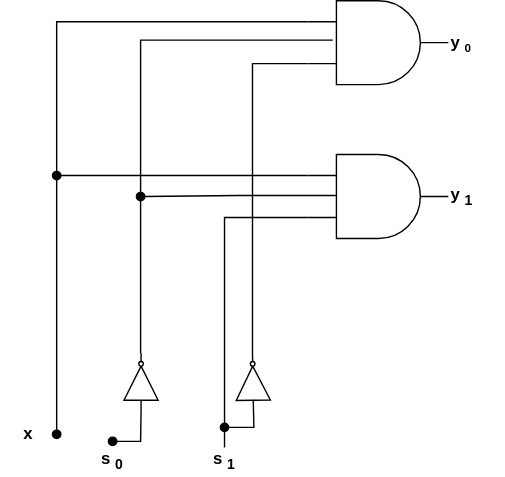
Before: 02/yongki/assets/demultiplexer.drawio.svg, a diagram exported from draw.io (cs-study-org/cs-study). Source tidied: cells renumbered, new cells last; positions are measured from the earlier drawing's top-left corner, leaving out a move shared by most shapes.
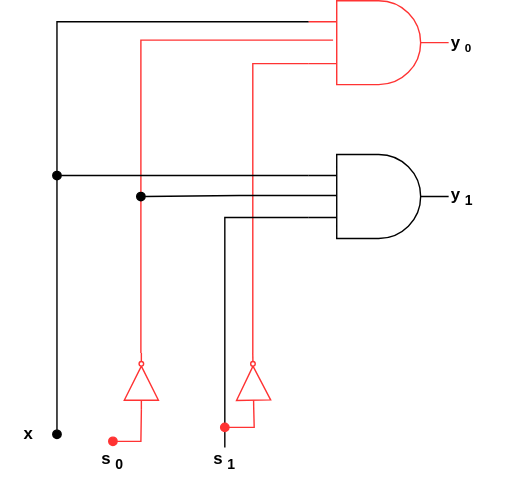
After the change.

Change to the diagram source:
```diff
@@ -8,7 +8,7 @@
     <mxCell id="3" value="&lt;b&gt;y&lt;span style=&quot;font-size: 10px&quot;&gt;&lt;sub&gt;0&lt;/sub&gt;&lt;/span&gt;&lt;/b&gt;" style="text;html=1;strokeColor=none;fillColor=none;align=left;verticalAlign=middle;whiteSpace=wrap;rounded=0;" parent="1" vertex="1">
       <mxGeometry x="320" y="20" width="40" height="20" as="geometry" />
     </mxCell>
-    <mxCell id="4" style="edgeStyle=elbowEdgeStyle;rounded=0;html=1;exitX=0;exitY=0.75;exitDx=0;exitDy=0;exitPerimeter=0;entryX=1;entryY=0.5;entryDx=0;entryDy=0;entryPerimeter=0;endArrow=none;endFill=0;" parent="1" edge="1" source="6" target="17">
+    <mxCell id="4" style="edgeStyle=elbowEdgeStyle;rounded=0;html=1;exitX=0;exitY=0.75;exitDx=0;exitDy=0;exitPerimeter=0;entryX=1;entryY=0.5;entryDx=0;entryDy=0;entryPerimeter=0;endArrow=none;endFill=0;strokeColor=#FF3333;" parent="1" edge="1" source="6" target="17">
       <mxGeometry relative="1" as="geometry">
         <Array as="points">
           <mxPoint x="180" y="210" />
@@ -22,10 +22,10 @@
         </Array>
       </mxGeometry>
     </mxCell>
-    <mxCell id="6" style="verticalLabelPosition=bottom;shadow=0;dashed=0;align=center;html=1;verticalAlign=top;shape=mxgraph.electrical.logic_gates.logic_gate;operation=and;" parent="1" vertex="1">
+    <mxCell id="6" style="verticalLabelPosition=bottom;shadow=0;dashed=0;align=center;html=1;verticalAlign=top;shape=mxgraph.electrical.logic_gates.logic_gate;operation=and;strokeColor=#FF3333;" parent="1" vertex="1">
       <mxGeometry x="220" width="100" height="60" as="geometry" />
     </mxCell>
-    <mxCell id="7" style="edgeStyle=elbowEdgeStyle;html=1;entryX=1;entryY=0.5;entryDx=0;entryDy=0;entryPerimeter=0;endArrow=none;endFill=0;rounded=0;exitX=0.174;exitY=0.47;exitDx=0;exitDy=0;exitPerimeter=0;" parent="1" edge="1" source="6" target="15">
+    <mxCell id="7" style="edgeStyle=elbowEdgeStyle;html=1;entryX=1;entryY=0.5;entryDx=0;entryDy=0;entryPerimeter=0;endArrow=none;endFill=0;rounded=0;exitX=0.174;exitY=0.47;exitDx=0;exitDy=0;exitPerimeter=0;strokeColor=#FF3333;" parent="1" edge="1" source="6" target="15">
       <mxGeometry relative="1" as="geometry">
         <Array as="points">
           <mxPoint x="100" y="200" />
@@ -59,7 +59,7 @@
     <mxCell id="13" value="&lt;b&gt;s&lt;sub&gt;1&lt;/sub&gt;&lt;/b&gt;" style="text;html=1;strokeColor=none;fillColor=none;align=center;verticalAlign=middle;whiteSpace=wrap;rounded=0;labelPosition=center;verticalLabelPosition=middle;" parent="1" vertex="1">
       <mxGeometry x="140" y="319.4" width="40" height="20" as="geometry" />
     </mxCell>
-    <mxCell id="14" style="edgeStyle=elbowEdgeStyle;rounded=0;html=1;exitX=0;exitY=0.5;exitDx=0;exitDy=0;exitPerimeter=0;endArrow=oval;endFill=1;" parent="1" edge="1" source="15">
+    <mxCell id="14" style="edgeStyle=elbowEdgeStyle;rounded=0;html=1;exitX=0;exitY=0.5;exitDx=0;exitDy=0;exitPerimeter=0;endArrow=oval;endFill=1;strokeColor=#FF3333;" parent="1" edge="1" source="15">
       <mxGeometry relative="1" as="geometry">
         <mxPoint x="80" y="315" as="targetPoint" />
         <Array as="points">
@@ -67,10 +67,10 @@
         </Array>
       </mxGeometry>
     </mxCell>
-    <mxCell id="15" style="verticalLabelPosition=bottom;shadow=0;dashed=0;align=center;html=1;verticalAlign=top;shape=mxgraph.electrical.logic_gates.inverter_2;rotation=-90;" parent="1" vertex="1">
+    <mxCell id="15" style="verticalLabelPosition=bottom;shadow=0;dashed=0;align=center;html=1;verticalAlign=top;shape=mxgraph.electrical.logic_gates.inverter_2;rotation=-90;strokeColor=#FF3333;" parent="1" vertex="1">
       <mxGeometry x="80" y="260" width="40.7" height="24.4" as="geometry" />
     </mxCell>
-    <mxCell id="16" style="edgeStyle=elbowEdgeStyle;rounded=0;html=1;exitX=0;exitY=0.5;exitDx=0;exitDy=0;exitPerimeter=0;endArrow=oval;endFill=1;" parent="1" edge="1" source="17">
+    <mxCell id="16" style="edgeStyle=elbowEdgeStyle;rounded=0;html=1;exitX=0;exitY=0.5;exitDx=0;exitDy=0;exitPerimeter=0;endArrow=oval;endFill=1;strokeColor=#FF3333;" parent="1" edge="1" source="17">
       <mxGeometry relative="1" as="geometry">
         <mxPoint x="160" y="305" as="targetPoint" />
         <Array as="points">
@@ -80,7 +80,7 @@
         </Array>
       </mxGeometry>
     </mxCell>
-    <mxCell id="17" style="verticalLabelPosition=bottom;shadow=0;dashed=0;align=center;html=1;verticalAlign=top;shape=mxgraph.electrical.logic_gates.inverter_2;rotation=-91;" parent="1" vertex="1">
+    <mxCell id="17" style="verticalLabelPosition=bottom;shadow=0;dashed=0;align=center;html=1;verticalAlign=top;shape=mxgraph.electrical.logic_gates.inverter_2;rotation=-91;strokeColor=#FF3333;" parent="1" vertex="1">
       <mxGeometry x="160" y="260" width="40.7" height="24.4" as="geometry" />
     </mxCell>
     <mxCell id="18" value="&lt;b&gt;x&lt;/b&gt;" style="text;html=1;strokeColor=none;fillColor=none;align=center;verticalAlign=middle;whiteSpace=wrap;rounded=0;labelPosition=center;verticalLabelPosition=middle;" parent="1" vertex="1">
```
